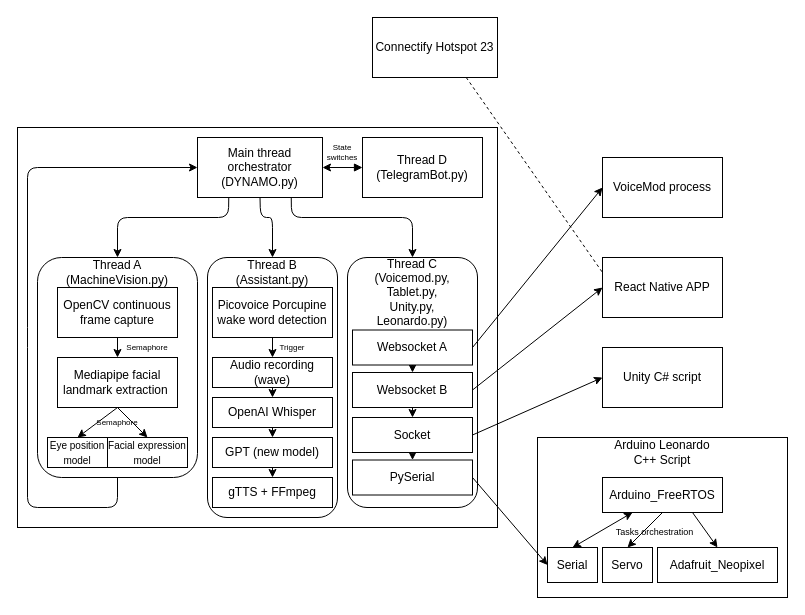
The draw.io diagram Software.drawio in MekhyW/DYNAMO-Electronic_Fursuit-2.0, before the edit. Source tidied: cells renumbered, new cells numbered last; positions are measured from the earlier drawing's top-left corner, leaving out a move shared by most shapes. Both pictures are drawn from the tidied source at 100%, with x=0, y=0 at pixel (17, 17).
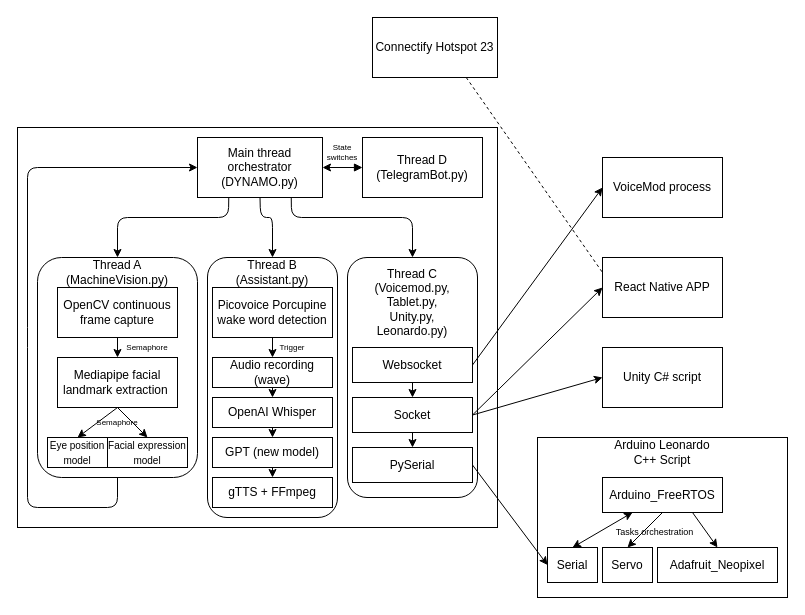
The same diagram, later.

The change refers to these unchanged cells:
```xml
<mxCell id="47" value="React Native APP" style="rounded=0;whiteSpace=wrap;html=1;" parent="1" vertex="1">
  <mxGeometry x="585" y="240" width="120" height="60" as="geometry" />
</mxCell>
```

What changed in the source:
```diff
@@
     <mxCell id="34" style="rounded=1;whiteSpace=wrap;html=1;fontSize=12;" parent="1" vertex="1">
-      <mxGeometry x="330" y="240" width="130" height="250" as="geometry" />
+      <mxGeometry x="330" y="240" width="130" height="240" as="geometry" />
     </mxCell>
     <mxCell id="35" value="Thread C (Voicemod.py, Tablet.py, Unity.py, Leonardo.py)" style="text;html=1;strokeColor=none;fillColor=none;align=center;verticalAlign=middle;whiteSpace=wrap;rounded=0;fontSize=12;" parent="1" vertex="1">
-      <mxGeometry x="365" y="260" width="60" height="30" as="geometry" />
+      <mxGeometry x="365" y="270" width="60" height="30" as="geometry" />
     </mxCell>
@@
-    <mxCell id="37" style="edgeStyle=none;html=1;exitX=0.5;exitY=1;exitDx=0;exitDy=0;entryX=0.5;entryY=0;entryDx=0;entryDy=0;fontSize=8;" parent="1" edge="1" source="38" target="41">
+    <mxCell id="37" style="edgeStyle=none;html=1;exitX=0.5;exitY=1;exitDx=0;exitDy=0;entryX=0.5;entryY=0;entryDx=0;entryDy=0;fontSize=8;" parent="1" edge="1" source="38" target="44">
       <mxGeometry relative="1" as="geometry" />
     </mxCell>
-    <mxCell id="38" value="Websocket A" style="rounded=0;whiteSpace=wrap;html=1;fontSize=12;" parent="1" vertex="1">
-      <mxGeometry x="335" y="312.5" width="120" height="35" as="geometry" />
+    <mxCell id="38" value="Websocket" style="rounded=0;whiteSpace=wrap;html=1;fontSize=12;" parent="1" vertex="1">
+      <mxGeometry x="335" y="330" width="120" height="35" as="geometry" />
     </mxCell>
-    <mxCell id="39" style="edgeStyle=none;html=1;exitX=1;exitY=0.5;exitDx=0;exitDy=0;entryX=0;entryY=0.5;entryDx=0;entryDy=0;" parent="1" edge="1" source="41" target="47">
+    <mxCell id="39" style="edgeStyle=none;html=1;exitX=1;exitY=0.5;exitDx=0;exitDy=0;entryX=0;entryY=0.5;entryDx=0;entryDy=0;" parent="1" edge="1" source="44" target="47">
       <mxGeometry relative="1" as="geometry" />
     </mxCell>
-    <mxCell id="40" style="edgeStyle=none;html=1;exitX=0.5;exitY=1;exitDx=0;exitDy=0;entryX=0.5;entryY=0;entryDx=0;entryDy=0;fontSize=8;" parent="1" edge="1" source="41" target="44">
-      <mxGeometry relative="1" as="geometry" />
-    </mxCell>
-    <mxCell id="41" value="Websocket B" style="rounded=0;whiteSpace=wrap;html=1;fontSize=12;" parent="1" vertex="1">
-      <mxGeometry x="335" y="355" width="120" height="35" as="geometry" />
-    </mxCell>
@@
     <mxCell id="44" value="Socket" style="rounded=0;whiteSpace=wrap;html=1;fontSize=12;" parent="1" vertex="1">
-      <mxGeometry x="335" y="400" width="120" height="35" as="geometry" />
+      <mxGeometry x="335" y="380" width="120" height="35" as="geometry" />
     </mxCell>
     <mxCell id="45" value="PySerial" style="rounded=0;whiteSpace=wrap;html=1;fontSize=12;" parent="1" vertex="1">
-      <mxGeometry x="335" y="442.5" width="120" height="35" as="geometry" />
+      <mxGeometry x="335" y="430" width="120" height="35" as="geometry" />
     </mxCell>
```
